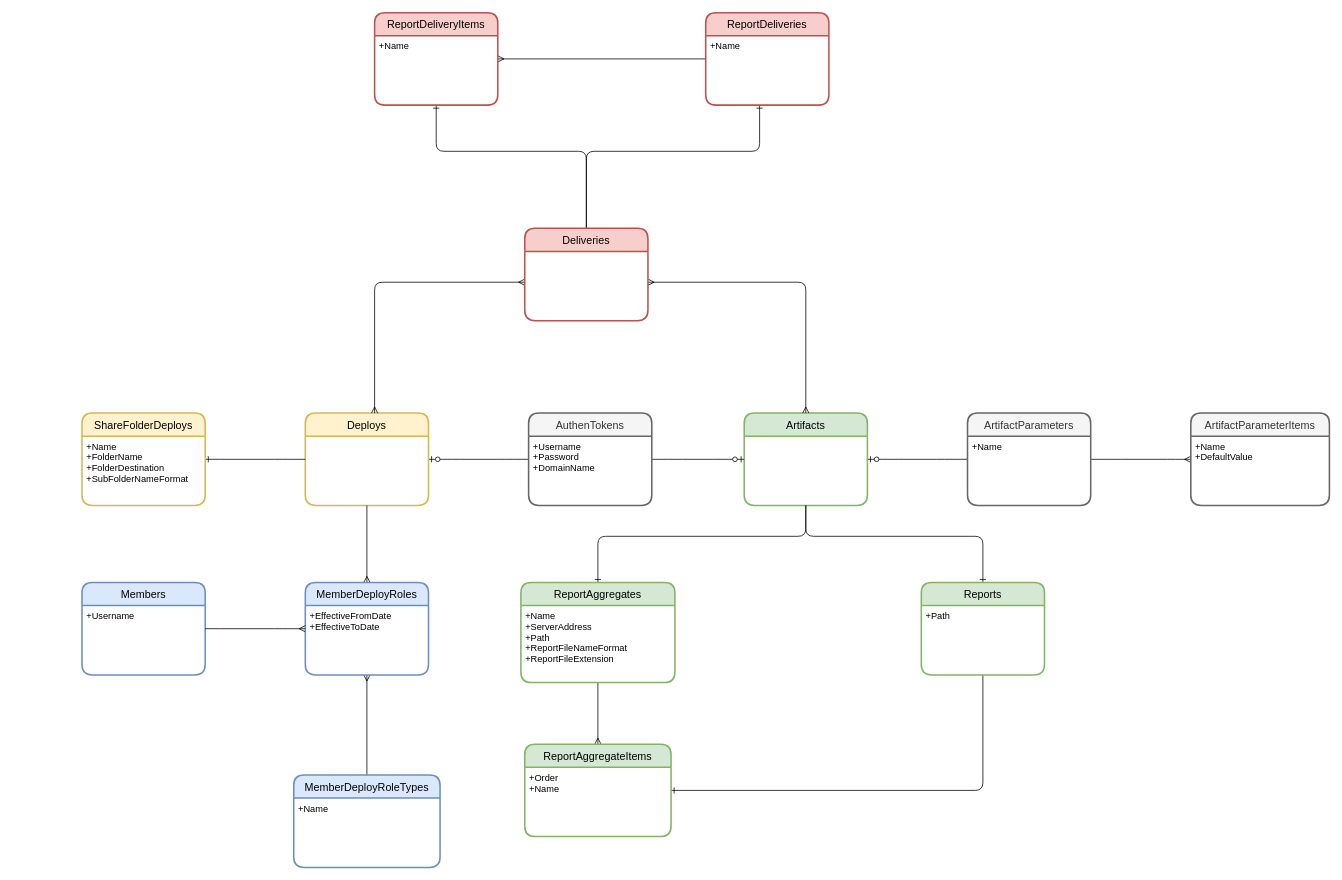
chavp/data-modeling keeps this draw.io diagram as Deliveries Models.drawio. Above is the earlier version. Source tidied: cells renumbered, new cells numbered last; positions are measured from the earlier drawing's top-left corner, leaving out a move shared by most shapes. Both pictures are drawn from the tidied source at 77%, with x=0, y=0 at pixel (82, 12).
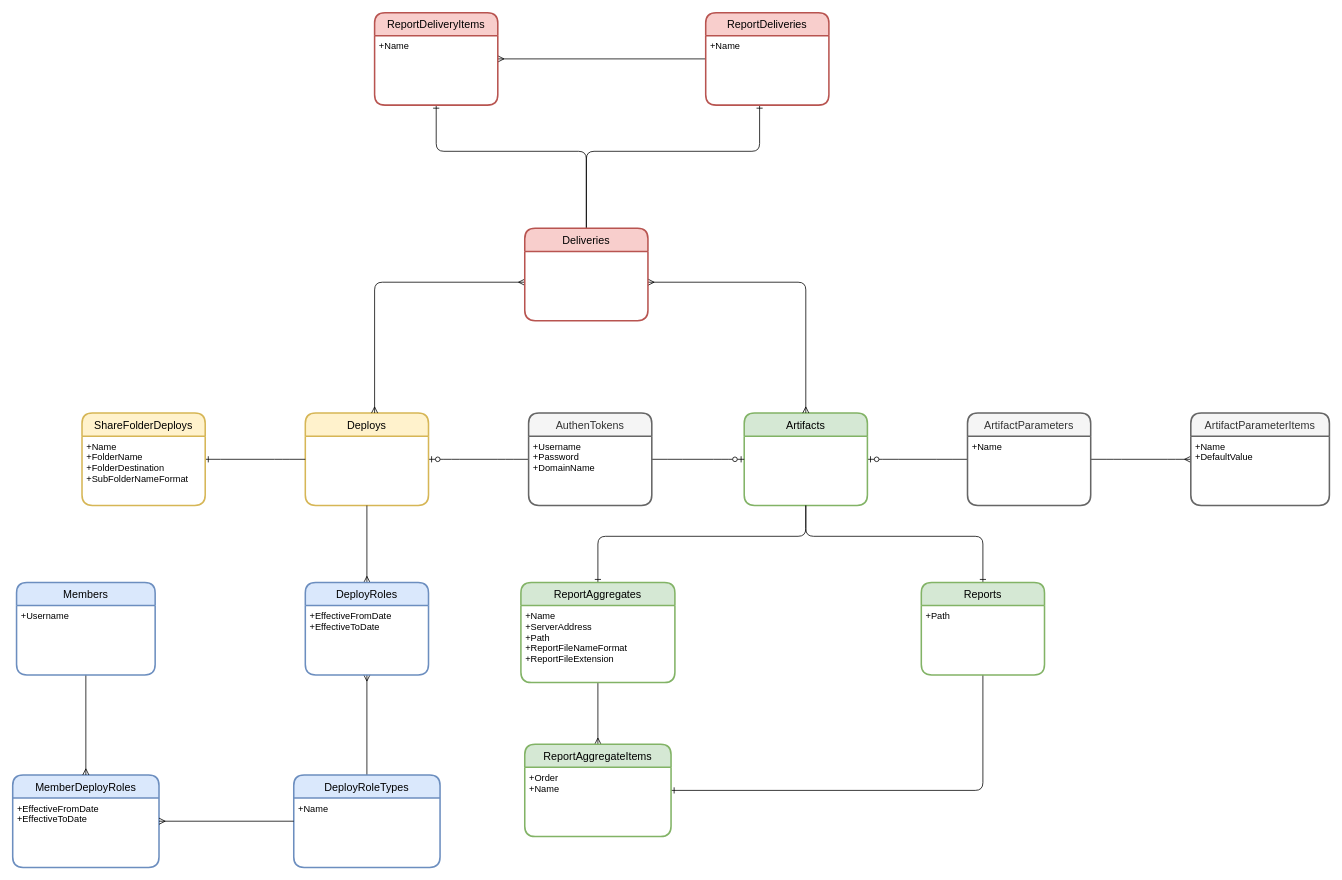
The same diagram, later.

Change to the diagram source:
```diff
@@
-    <mxCell id="39" value="MemberDeployRoles" style="swimlane;horizontal=1;startSize=30;rounded=1;fontSize=14;fontStyle=0;strokeWidth=2;shadow=0;dashed=0;align=center;fillColor=#dae8fc;strokeColor=#6c8ebf;" parent="1" vertex="1">
+    <mxCell id="39" value="DeployRoles" style="swimlane;horizontal=1;startSize=30;rounded=1;fontSize=14;fontStyle=0;strokeWidth=2;shadow=0;dashed=0;align=center;fillColor=#dae8fc;strokeColor=#6c8ebf;" parent="1" vertex="1">
       <mxGeometry x="290" y="740" width="160" height="120" as="geometry" />
     </mxCell>
@@
-    <mxCell id="41" value="MemberDeployRoleTypes" style="swimlane;horizontal=1;startSize=30;rounded=1;fontSize=14;fontStyle=0;strokeWidth=2;shadow=0;dashed=0;align=center;fillColor=#dae8fc;strokeColor=#6c8ebf;" parent="1" vertex="1">
+    <mxCell id="41" value="DeployRoleTypes" style="swimlane;horizontal=1;startSize=30;rounded=1;fontSize=14;fontStyle=0;strokeWidth=2;shadow=0;dashed=0;align=center;fillColor=#dae8fc;strokeColor=#6c8ebf;" parent="1" vertex="1">
       <mxGeometry x="275" y="990" width="190" height="120" as="geometry" />
     </mxCell>
@@
+    <mxCell id="46" value="MemberDeployRoles" style="swimlane;horizontal=1;startSize=30;rounded=1;fontSize=14;fontStyle=0;strokeWidth=2;shadow=0;dashed=0;align=center;fillColor=#dae8fc;strokeColor=#6c8ebf;" parent="1" vertex="1">
+      <mxGeometry x="-90" y="990" width="190" height="120" as="geometry" />
+    </mxCell>
+    <mxCell id="47" value="+EffectiveFromDate&#10;+EffectiveToDate&#10;" style="align=left;strokeColor=none;fillColor=none;spacingLeft=4;fontSize=12;verticalAlign=top;" parent="46" vertex="1">
+      <mxGeometry y="30" width="190" height="90" as="geometry" />
+    </mxCell>
+    <mxCell id="48" style="edgeStyle=orthogonalEdgeStyle;fontSize=12;html=1;endArrow=ERmany;" parent="1" edge="1" source="41" target="46">
+      <mxGeometry relative="1" as="geometry" />
+    </mxCell>
+    <mxCell id="49" style="edgeStyle=orthogonalEdgeStyle;fontSize=12;html=1;endArrow=ERmany;" parent="1" edge="1" source="43" target="46">
+      <mxGeometry relative="1" as="geometry" />
+    </mxCell>
     <mxCell id="43" value="Members" style="swimlane;horizontal=1;startSize=30;rounded=1;fontSize=14;fontStyle=0;strokeWidth=2;shadow=0;dashed=0;align=center;fillColor=#dae8fc;strokeColor=#6c8ebf;" parent="1" vertex="1">
-      <mxGeometry y="740" width="160" height="120" as="geometry" />
+      <mxGeometry x="-85" y="740" width="180" height="120" as="geometry" />
     </mxCell>
     <mxCell id="44" value="+Username&#10;" style="align=left;strokeColor=none;fillColor=none;spacingLeft=4;fontSize=12;verticalAlign=top;" parent="43" vertex="1">
-      <mxGeometry y="30" width="160" height="90" as="geometry" />
+      <mxGeometry y="30" width="180" height="90" as="geometry" />
     </mxCell>
-    <mxCell id="45" style="edgeStyle=entityRelationEdgeStyle;fontSize=12;html=1;endArrow=ERmany;" parent="1" edge="1" source="43" target="39">
-      <mxGeometry relative="1" as="geometry" />
-    </mxCell>
```
